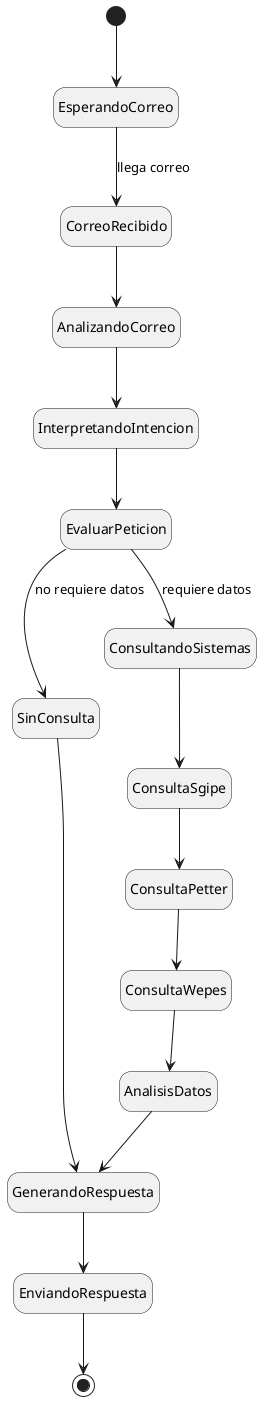
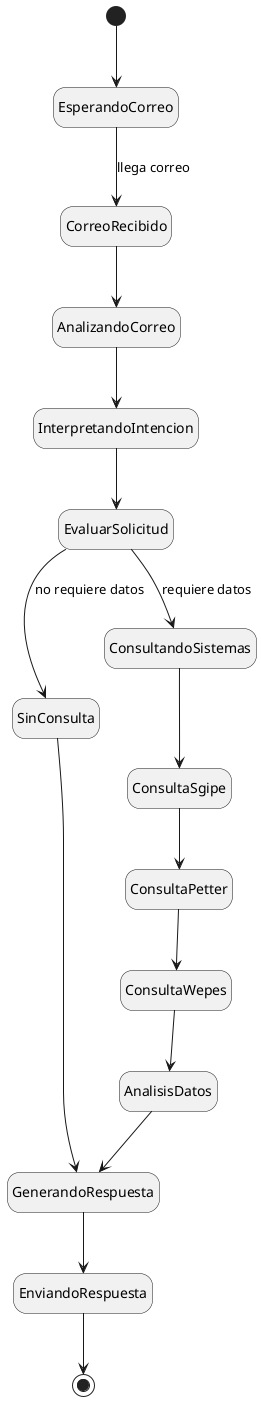
@startuml Tecnico

hide empty description

[*] --> EsperandoCorreo

EsperandoCorreo --> CorreoRecibido : llega correo
CorreoRecibido --> AnalizandoCorreo

AnalizandoCorreo --> InterpretandoIntencion

- InterpretandoIntencion --> EvaluarPeticion
+ InterpretandoIntencion --> EvaluarSolicitud

- EvaluarPeticion --> SinConsulta : no requiere datos
- EvaluarPeticion --> ConsultandoSistemas : requiere datos
+ EvaluarSolicitud --> SinConsulta : no requiere datos
+ EvaluarSolicitud --> ConsultandoSistemas : requiere datos

ConsultandoSistemas --> ConsultaSgipe
ConsultaSgipe --> ConsultaPetter
ConsultaPetter --> ConsultaWepes

ConsultaWepes --> AnalisisDatos

SinConsulta --> GenerandoRespuesta
AnalisisDatos --> GenerandoRespuesta

GenerandoRespuesta --> EnviandoRespuesta
EnviandoRespuesta --> [*]

- @enduml+ @enduml
